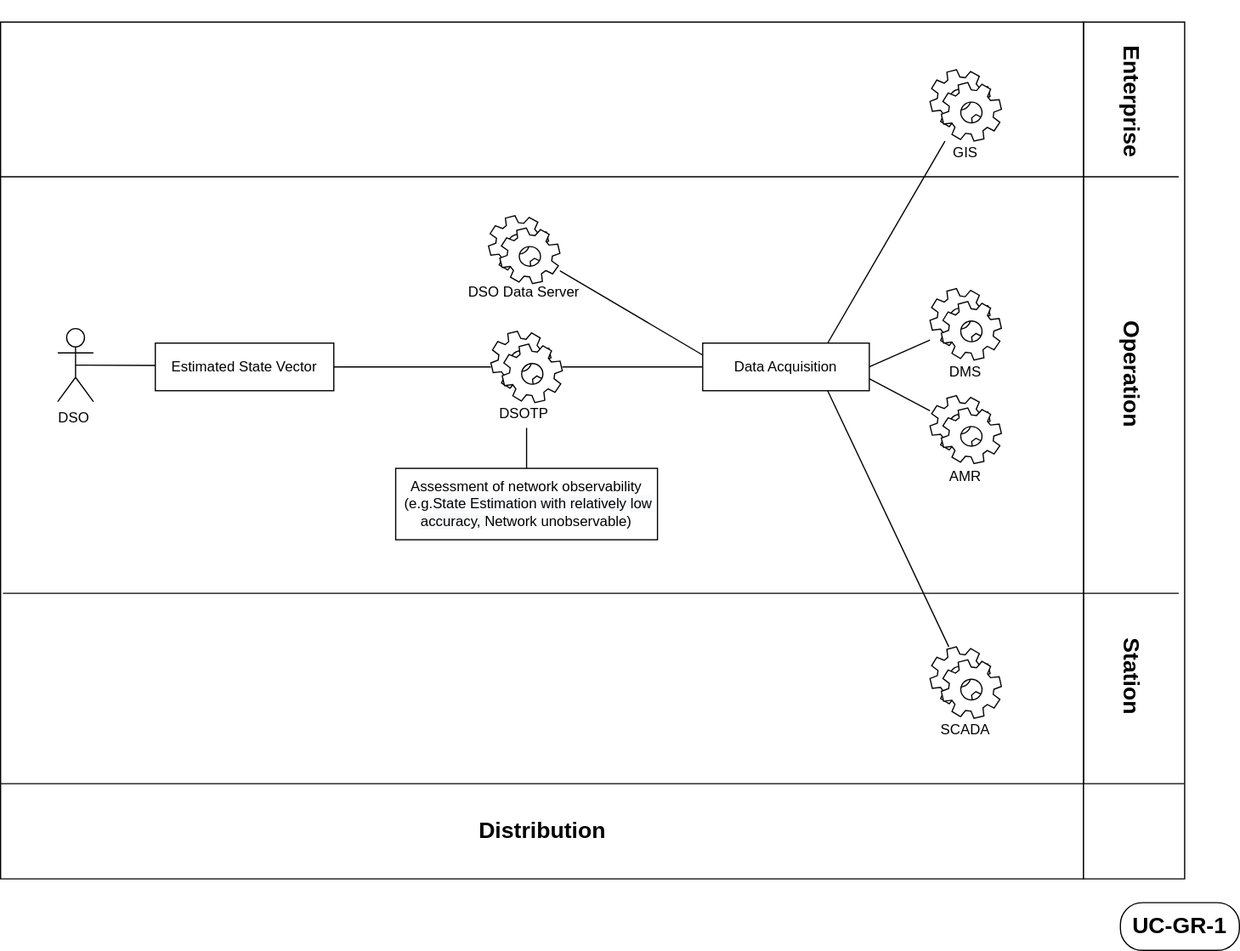
smart-grid-use-cases/smart-grid-use-cases.github.io keeps this draw.io diagram as docs/platone/uc-gr-1-functions-of-the-state-estimation-tool-given-conventional-measurements/UC_GR_1_2_3_4_UCdiagrams-UC1.svg. Above is the earlier version. Source tidied: cells renumbered, new cells last; positions are measured from the earlier drawing's top-left corner, leaving out a move shared by most shapes.
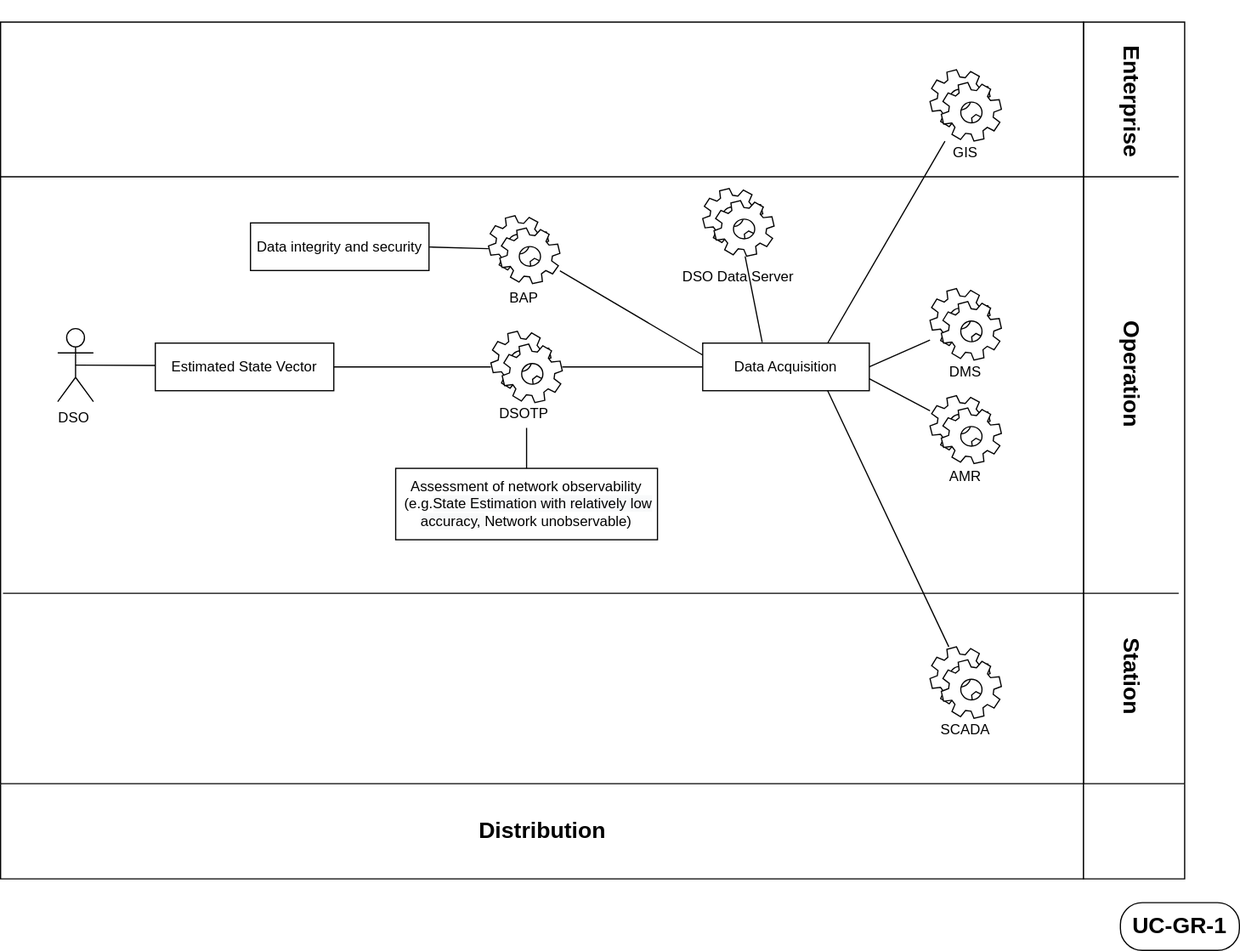
Later version of the same file.

What changed in the source:
```diff
@@ -39,7 +39,7 @@
       <mxGeometry x="410" y="162.8" width="60" height="57" as="geometry" />
     </mxCell>
     <mxCell id="14" value="DSO Data Server" style="text;html=1;strokeColor=none;fillColor=none;align=center;verticalAlign=middle;whiteSpace=wrap;rounded=0;" parent="2" vertex="1">
-      <mxGeometry x="390" y="221.8" width="100" height="11" as="geometry" />
+      <mxGeometry x="570" y="208.8" width="100" height="11" as="geometry" />
     </mxCell>
     <mxCell id="15" value="Assessment of network observability&lt;br&gt;&amp;nbsp;(e.g.&lt;span style=&quot;color: rgb(0 , 0 , 0) ; font-family: &amp;#34;helvetica&amp;#34; ; font-size: 12px ; font-style: normal ; font-weight: 400 ; letter-spacing: normal ; text-align: center ; text-indent: 0px ; text-transform: none ; word-spacing: 0px ; background-color: rgb(248 , 249 , 250) ; display: inline ; float: none&quot;&gt;State Estimation with relatively low accuracy,&amp;nbsp;&lt;/span&gt;&lt;span style=&quot;font-family: &amp;#34;helvetica&amp;#34;&quot;&gt;Network unobservable)&lt;/span&gt;" style="rounded=0;whiteSpace=wrap;html=1;" parent="2" vertex="1">
       <mxGeometry x="332" y="375" width="220" height="60" as="geometry" />
@@ -102,6 +102,23 @@
     <mxCell id="29" style="endArrow=none;html=1;fontSize=19;exitX=0.75;exitY=1;exitDx=0;exitDy=0;" parent="2" edge="1" source="12" target="10">
       <mxGeometry relative="1" as="geometry" />
     </mxCell>
+    <mxCell id="35" style="shape=mxgraph.bpmn.service_task;html=1;outlineConnect=0;" parent="2" vertex="1">
+      <mxGeometry x="590" y="139.8" width="60" height="57" as="geometry" />
+    </mxCell>
+    <mxCell id="36" value="BAP" style="text;html=1;strokeColor=none;fillColor=none;align=center;verticalAlign=middle;whiteSpace=wrap;rounded=0;" parent="2" vertex="1">
+      <mxGeometry x="390" y="226" width="100" height="11" as="geometry" />
+    </mxCell>
+    <mxCell id="37" style="endArrow=none;html=1;fontSize=19;entryX=0.357;entryY=-0.019;entryDx=0;entryDy=0;entryPerimeter=0;" parent="2" edge="1" source="35" target="12">
+      <mxGeometry relative="1" as="geometry" />
+    </mxCell>
+    <mxCell id="38" value="Data integrity and security" style="rounded=0;whiteSpace=wrap;html=1;" parent="2" vertex="1">
+      <mxGeometry x="210" y="168.8" width="150" height="40" as="geometry" />
+    </mxCell>
+    <mxCell id="39" style="endArrow=none;html=1;fontSize=19;" parent="2" edge="1" target="13">
+      <mxGeometry relative="1" as="geometry">
+        <mxPoint x="360" y="189" as="sourcePoint" />
+      </mxGeometry>
+    </mxCell>
     <mxCell id="30" style="swimlane;html=1;startSize=80;flipV=1;" parent="1" vertex="1">
       <mxGeometry x="910" width="85" height="720" as="geometry" />
     </mxCell>
```
